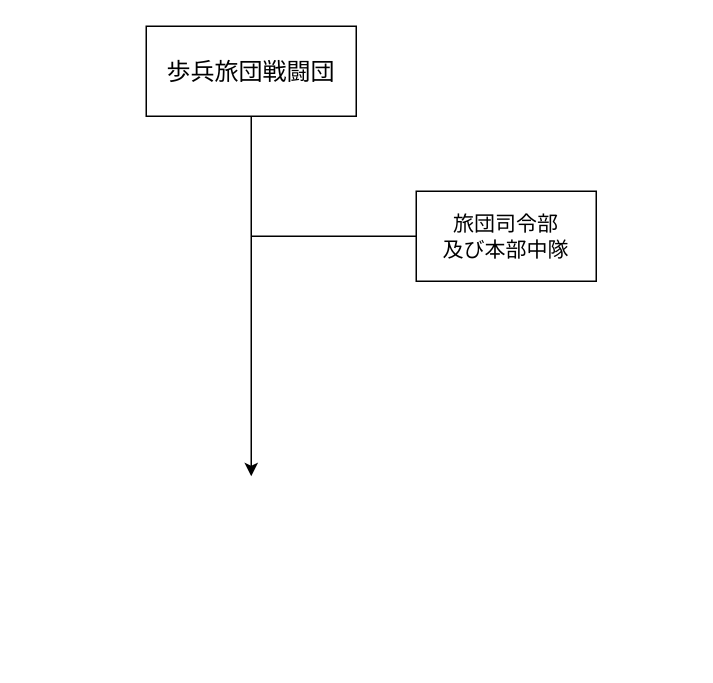
Earlier version of the draw.io diagram Untitled Diagram.drawio (Kiri1234/EnTech-Imagination-web-page). Source tidied: cells renumbered, new cells numbered last; positions are measured from the earlier drawing's top-left corner, leaving out a move shared by most shapes. Both pictures are drawn from the tidied source at 150%, with x=0, y=0 at pixel (146, 26).
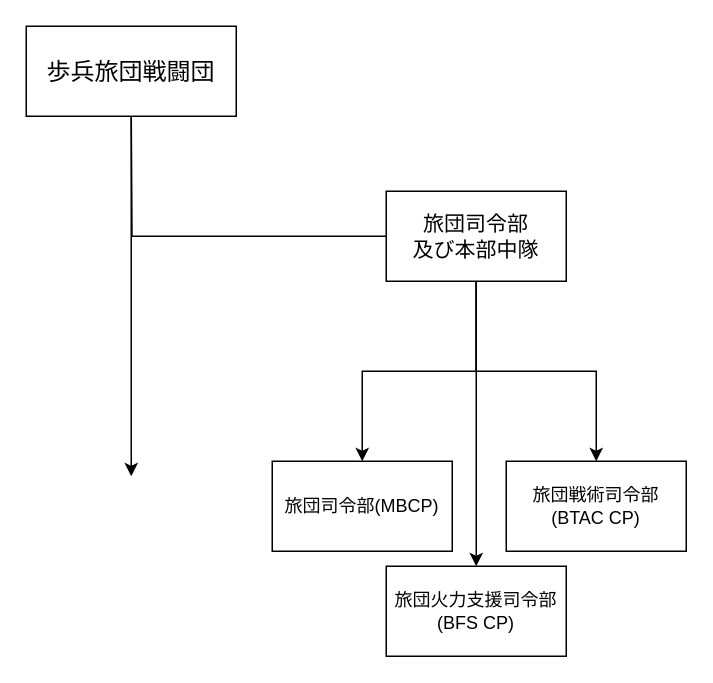
After the change.

Commit message (it also covers changes not shown here):
Untitled Diagram.drawio を更新します

What changed in the source:
```diff
@@
 <mxGraphModel>
   <root>
     <mxCell id="0" />
     <mxCell id="1" parent="0" />
     <mxCell id="2" style="edgeStyle=orthogonalEdgeStyle;rounded=0;jettySize=auto;html=1;" parent="1" edge="1" source="3">
       <mxGeometry relative="1" as="geometry">
-        <mxPoint x="70" y="300" as="targetPoint" />
+        <mxPoint x="-10" y="300" as="targetPoint" />
       </mxGeometry>
     </mxCell>
     <mxCell id="3" value="&lt;font style=&quot;font-size: 16px;&quot;&gt;歩兵旅団戦闘団&lt;/font&gt;" style="rounded=0;whiteSpace=wrap;html=1;" parent="1" vertex="1">
-      <mxGeometry width="140" height="60" as="geometry" />
+      <mxGeometry x="-80" width="140" height="60" as="geometry" />
     </mxCell>
     <mxCell id="4" style="edgeStyle=orthogonalEdgeStyle;rounded=0;jettySize=auto;html=1;endArrow=none;endFill=0;" parent="1" edge="1" source="5">
       <mxGeometry relative="1" as="geometry">
-        <mxPoint x="70" y="140" as="targetPoint" />
+        <mxPoint x="-10" y="60" as="targetPoint" />
       </mxGeometry>
     </mxCell>
+    <mxCell id="6" style="edgeStyle=orthogonalEdgeStyle;rounded=0;jettySize=auto;html=1;" parent="1" edge="1" source="5" target="9">
+      <mxGeometry relative="1" as="geometry" />
+    </mxCell>
+    <mxCell id="7" style="edgeStyle=orthogonalEdgeStyle;rounded=0;jettySize=auto;html=1;entryX=0.5;entryY=0;entryDx=0;entryDy=0;" parent="1" edge="1" source="5" target="10">
+      <mxGeometry relative="1" as="geometry" />
+    </mxCell>
+    <mxCell id="8" style="edgeStyle=orthogonalEdgeStyle;rounded=0;jettySize=auto;html=1;entryX=0.5;entryY=0;entryDx=0;entryDy=0;" parent="1" edge="1" source="5" target="11">
+      <mxGeometry relative="1" as="geometry" />
+    </mxCell>
     <mxCell id="5" value="&lt;font style=&quot;font-size: 14px;&quot;&gt;旅団司令部&lt;br&gt;及び本部中隊&lt;/font&gt;" style="rounded=0;whiteSpace=wrap;html=1;" parent="1" vertex="1">
-      <mxGeometry x="180" y="110" width="120" height="60" as="geometry" />
+      <mxGeometry x="160" y="110" width="120" height="60" as="geometry" />
     </mxCell>
+    <mxCell id="9" value="旅団司令部(MBCP)" style="rounded=0;whiteSpace=wrap;html=1;" parent="1" vertex="1">
+      <mxGeometry x="84" y="290" width="120" height="60" as="geometry" />
+    </mxCell>
+    <mxCell id="10" value="旅団戦術司令部&lt;br/&gt;(BTAC CP)" style="rounded=0;whiteSpace=wrap;html=1;" parent="1" vertex="1">
+      <mxGeometry x="240" y="290" width="120" height="60" as="geometry" />
+    </mxCell>
+    <mxCell id="11" value="旅団火力支援司令部&lt;br/&gt;(BFS CP)" style="rounded=0;whiteSpace=wrap;html=1;" parent="1" vertex="1">
+      <mxGeometry x="160" y="360" width="120" height="60" as="geometry" />
+    </mxCell>
   </root>
 </mxGraphModel>
```
